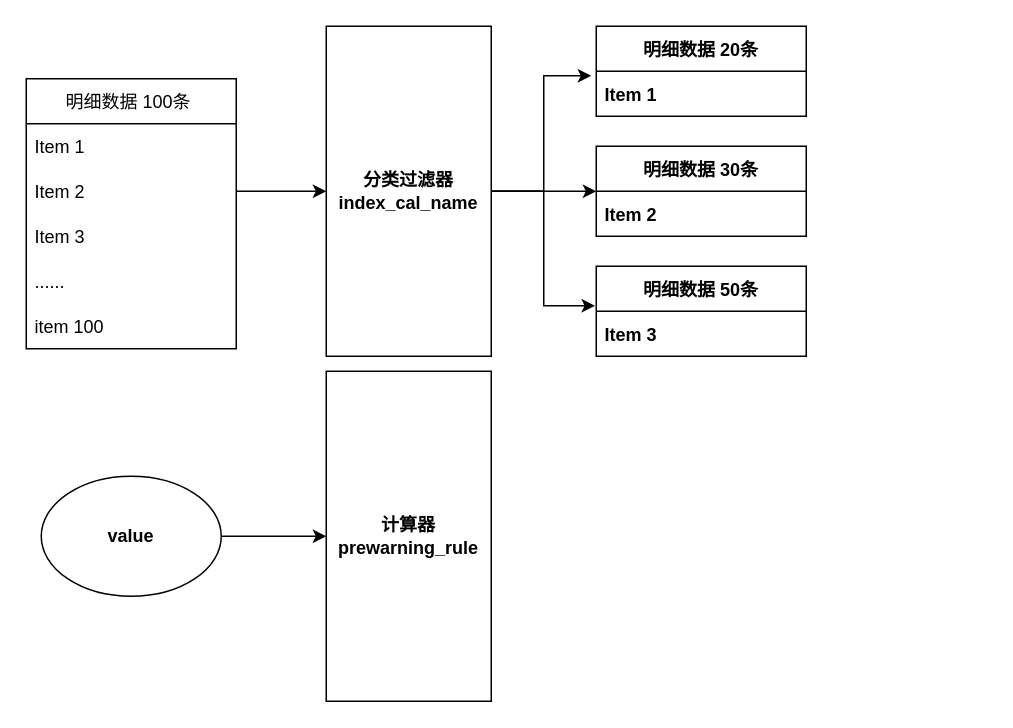
Earlier version of the draw.io diagram 用户体验预警模型.drawio (ChrisFynnWang/algorithm). Source tidied: cells renumbered, new cells numbered last; positions are measured from the earlier drawing's top-left corner, leaving out a move shared by most shapes. Both pictures are drawn from the tidied source at 150%, with x=0, y=0 at pixel (26, 26).
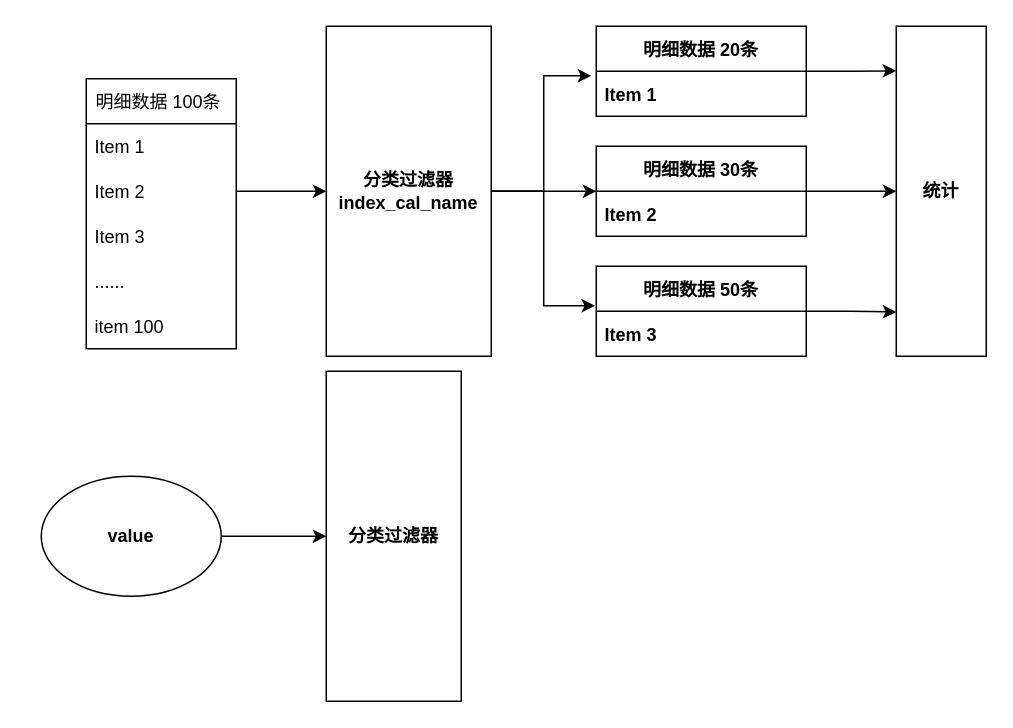
The same page after the edit.

Commit message (it also covers changes not shown here):
更新用户体验预警模型.drawio

Unchanged cells that the change refers to:
```xml
<mxCell id="13" value="明细数据 20条" style="swimlane;fontStyle=1;horizontal=1;startSize=30;" parent="1" vertex="1">
  <mxGeometry x="380" width="140" height="60" as="geometry" />
</mxCell>
<mxCell id="15" value="明细数据 30条" style="swimlane;fontStyle=1;horizontal=1;startSize=30;" parent="1" vertex="1">
  <mxGeometry x="380" y="80" width="140" height="60" as="geometry" />
</mxCell>
<mxCell id="17" value="明细数据 50条" style="swimlane;fontStyle=1;horizontal=1;startSize=30;" parent="1" vertex="1">
  <mxGeometry x="380" y="160" width="140" height="60" as="geometry" />
</mxCell>
```

What changed in the source:
```diff
@@
     <mxCell id="6" value="明细数据 100条 " style="swimlane;fontStyle=0;horizontal=1;startSize=30;" parent="1" vertex="1">
-      <mxGeometry y="35" width="140" height="180" as="geometry" />
+      <mxGeometry x="40" y="35" width="100" height="180" as="geometry" />
     </mxCell>
     <mxCell id="7" value="Item 1" style="text;strokeColor=none;fillColor=none;align=left;verticalAlign=middle;spacingLeft=4;spacingRight=4;overflow=hidden;" parent="6" vertex="1">
-      <mxGeometry y="30" width="140" height="30" as="geometry" />
+      <mxGeometry y="30" width="100" height="30" as="geometry" />
     </mxCell>
     <mxCell id="8" value="Item 2" style="text;strokeColor=none;fillColor=none;align=left;verticalAlign=middle;spacingLeft=4;spacingRight=4;overflow=hidden;points=[[0,0.5],[1,0.5]];portConstraint=eastwest;" parent="6" vertex="1">
-      <mxGeometry y="60" width="140" height="30" as="geometry" />
+      <mxGeometry y="60" width="100" height="30" as="geometry" />
     </mxCell>
     <mxCell id="9" value="Item 3" style="text;strokeColor=none;fillColor=none;align=left;verticalAlign=middle;spacingLeft=4;spacingRight=4;overflow=hidden;" parent="6" vertex="1">
-      <mxGeometry y="90" width="140" height="30" as="geometry" />
+      <mxGeometry y="90" width="100" height="30" as="geometry" />
     </mxCell>
     <mxCell id="10" value="......" style="text;strokeColor=none;fillColor=none;align=left;verticalAlign=middle;spacingLeft=4;spacingRight=4;overflow=hidden;" parent="6" vertex="1">
-      <mxGeometry y="120" width="140" height="30" as="geometry" />
+      <mxGeometry y="120" width="100" height="30" as="geometry" />
     </mxCell>
     <mxCell id="11" value="item 100" style="text;strokeColor=none;fillColor=none;align=left;verticalAlign=middle;spacingLeft=4;spacingRight=4;overflow=hidden;" parent="6" vertex="1">
-      <mxGeometry y="150" width="140" height="30" as="geometry" />
+      <mxGeometry y="150" width="100" height="30" as="geometry" />
     </mxCell>
@@
+    <mxCell id="22" style="edgeStyle=orthogonalEdgeStyle;rounded=0;jettySize=auto;html=1;entryX=0;entryY=0.135;entryDx=0;entryDy=0;entryPerimeter=0;" parent="1" edge="1" source="13" target="25">
+      <mxGeometry relative="1" as="geometry" />
+    </mxCell>
@@
+    <mxCell id="23" style="edgeStyle=orthogonalEdgeStyle;rounded=0;jettySize=auto;html=1;entryX=0;entryY=0.5;entryDx=0;entryDy=0;" parent="1" edge="1" source="15" target="25">
+      <mxGeometry relative="1" as="geometry" />
+    </mxCell>
@@
+    <mxCell id="24" style="edgeStyle=orthogonalEdgeStyle;rounded=0;jettySize=auto;html=1;entryX=0;entryY=0.866;entryDx=0;entryDy=0;entryPerimeter=0;" parent="1" edge="1" source="17" target="25">
+      <mxGeometry relative="1" as="geometry" />
+    </mxCell>
@@
-    <mxCell id="21" value="&lt;b&gt;计算器&lt;/b&gt;&lt;br&gt;&lt;b&gt;prewarning_rule&lt;/b&gt;" style="rounded=0;whiteSpace=wrap;html=1;" parent="1" vertex="1">
-      <mxGeometry x="200" y="230" width="110" height="220" as="geometry" />
+    <mxCell id="21" value="&lt;b&gt;分类过滤器&lt;/b&gt;" style="rounded=0;whiteSpace=wrap;html=1;" parent="1" vertex="1">
+      <mxGeometry x="200" y="230" width="90" height="220" as="geometry" />
     </mxCell>
+    <mxCell id="25" value="&lt;b&gt;统计&lt;/b&gt;" style="rounded=0;whiteSpace=wrap;html=1;" parent="1" vertex="1">
+      <mxGeometry x="580" width="60" height="220" as="geometry" />
+    </mxCell>
```
